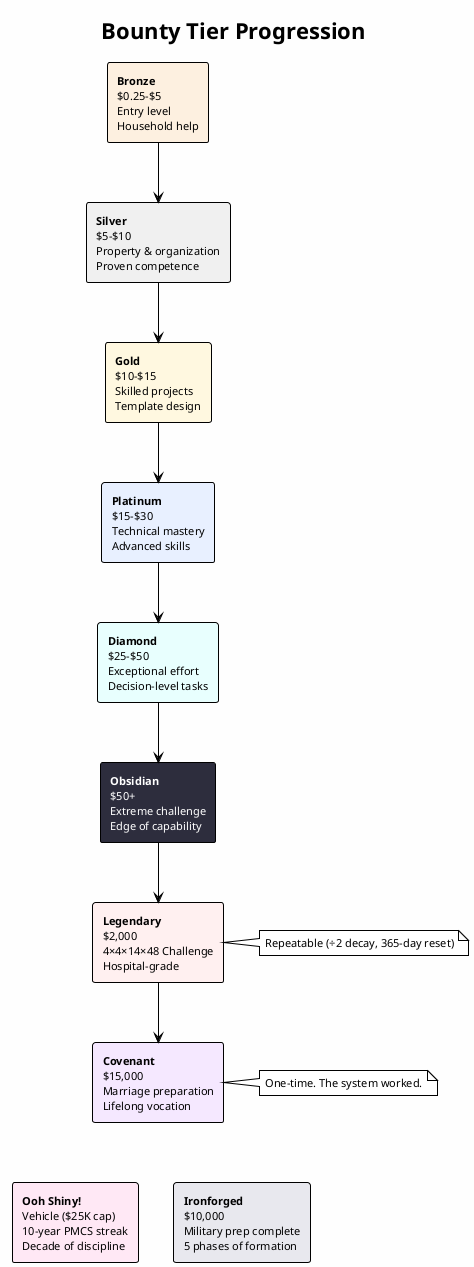
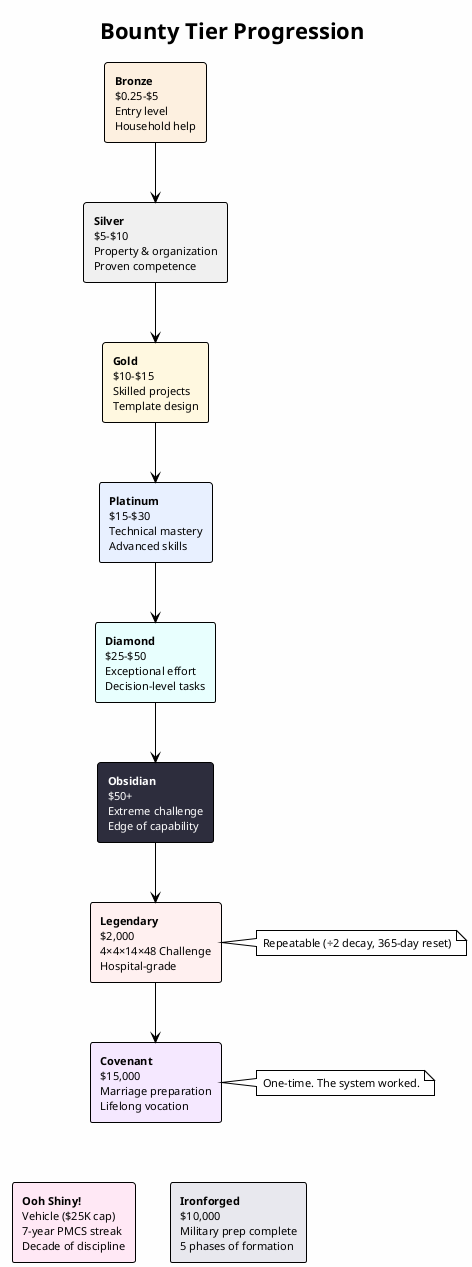
@startuml bounty_tiers
!theme plain
skinparam backgroundColor #FEFEFE
skinparam defaultFontSize 11

title Bounty Tier Progression

rectangle "**Bronze**\n$0.25–$5\nEntry level\nHousehold help" as bronze #FDF0E0
rectangle "**Silver**\n$5–$10\nProperty & organization\nProven competence" as silver #F0F0F0
rectangle "**Gold**\n$10–$15\nSkilled projects\nTemplate design" as gold #FFF8E0
rectangle "**Platinum**\n$15–$30\nTechnical mastery\nAdvanced skills" as platinum #E8F0FF
rectangle "**Diamond**\n$25–$50\nExceptional effort\nDecision-level tasks" as diamond #E8FFFE
rectangle "**Obsidian**\n$50+\nExtreme challenge\nEdge of capability" as obsidian #2D2D3D;text:white
rectangle "**Legendary**\n$2,000\n4×4×14×48 Challenge\nHospital-grade" as legendary #FFF0F0
rectangle "**Covenant**\n$15,000\nMarriage preparation\nLifelong vocation" as covenant #F5E8FF
- rectangle "**Ooh Shiny!**\nVehicle ($25K cap)\n10-year PMCS streak\nDecade of discipline" as shiny #FFE8F5
+ rectangle "**Ooh Shiny!**\nVehicle ($25K cap)\n7-year PMCS streak\nDecade of discipline" as shiny #FFE8F5
rectangle "**Ironforged**\n$10,000\nMilitary prep complete\n5 phases of formation" as iron #E8E8EE

bronze --> silver
silver --> gold
gold --> platinum
platinum --> diamond
diamond --> obsidian
obsidian --> legendary
legendary --> covenant
covenant -[hidden]-> shiny
covenant -[hidden]-> iron

note right of legendary
  Repeatable (÷2 decay, 365-day reset)
end note

note right of covenant
  One-time. The system worked.
end note
@enduml
